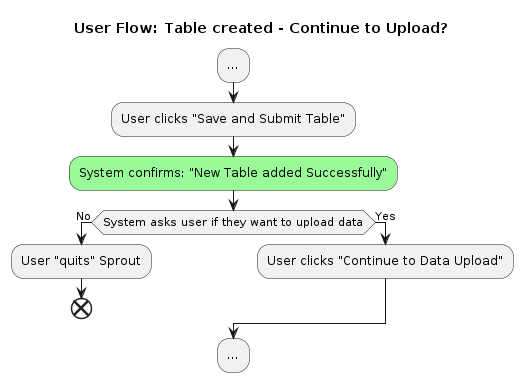
This is docs/design/images/user-flow-table-created-continue-to-upload.png from signekb/seedcase-sprout, a PlantUML export, as it was before one commit. Source of this version:
```plantuml
@startuml user-flow-table-created-continue-to-upload

title User Flow: Table created - Continue to Upload?

:...;
:User clicks "Save and Submit Table";
#palegreen:System confirms: "New Table added Successfully";
if (System asks user if they want to upload data) then (No)
  :User "quits" Sprout;
  end
else (Yes)
  :User clicks "Continue to Data Upload";
endif
:...;

@enduml
```
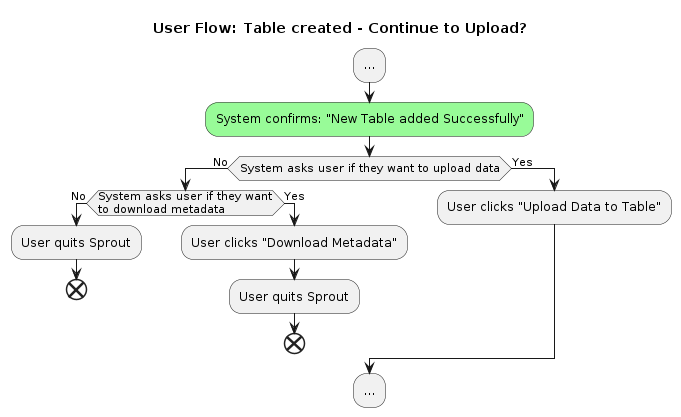
The same diagram one commit later.

Commit message:
docs: update user flow subparts to follow main diagram

What changed in the source:
```diff
@@ -3,14 +3,19 @@
 title User Flow: Table created - Continue to Upload?
 
 :...;
-:User clicks "Save and Submit Table";
 #palegreen:System confirms: "New Table added Successfully";
-if (System asks user if they want to upload data) then (No)
-  :User "quits" Sprout;
-  end
-else (Yes)
-  :User clicks "Continue to Data Upload";
-endif
+  if (System asks user if they want to upload data) then (No)
+    if (System asks user if they want\nto download metadata) then (No)
+      :User quits Sprout;
+      end
+    else (Yes)
+      :User clicks "Download Metadata";
+      :User quits Sprout;
+      end
+    endif
+  else (Yes)
+    :User clicks "Upload Data to Table";
+  endif
 :...;
 
 @enduml
```
